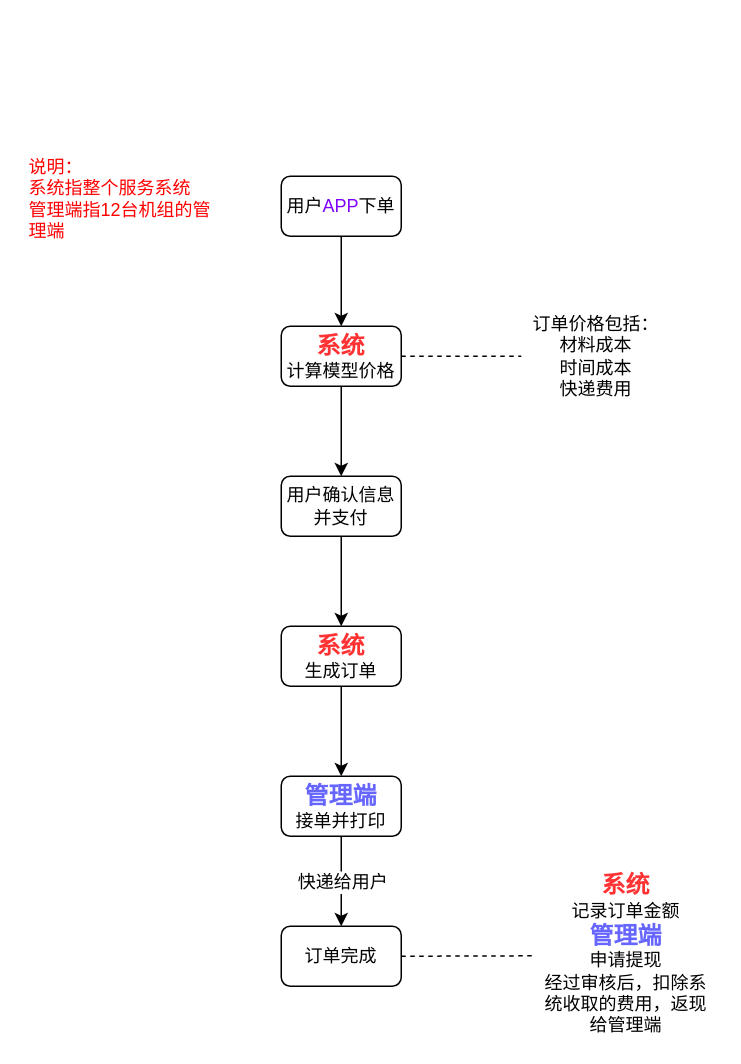
1667/baiduapi keeps this draw.io diagram as page "Page-1" (1 of 2) of Untitled Diagram.drawio. Above is the earlier version. Source tidied: cells renumbered, new cells numbered last; positions are measured from the earlier drawing's top-left corner, leaving out a move shared by most shapes. Both pictures are drawn from the tidied source at 150%, with x=0, y=0 at pixel (26, 146).
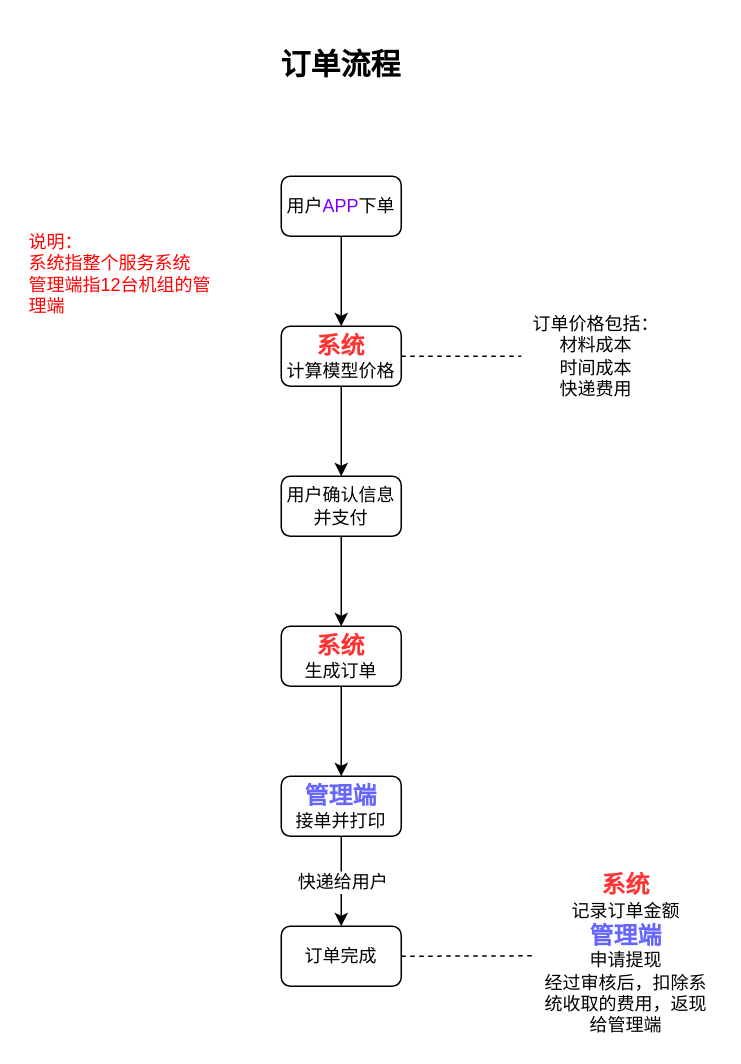
After the change.

Diff of the diagram source:
```diff
@@
     <mxCell id="18" value="&lt;font color=&quot;#ff0000&quot;&gt;说明：&lt;br&gt;系统指整个服务系统&lt;br&gt;管理端指12台机组的管理端&lt;/font&gt;" style="text;html=1;strokeColor=none;fillColor=none;align=left;verticalAlign=middle;whiteSpace=wrap;rounded=0;" parent="1" vertex="1">
-      <mxGeometry width="130" height="70" as="geometry" />
+      <mxGeometry y="50" width="130" height="70" as="geometry" />
     </mxCell>
+    <mxCell id="19" value="&lt;p&gt;&lt;font color=&quot;#000000&quot; size=&quot;1&quot;&gt;&lt;b style=&quot;font-size: 20px&quot;&gt;订单流程&lt;/b&gt;&lt;/font&gt;&lt;/p&gt;" style="text;html=1;strokeColor=none;fillColor=none;align=center;verticalAlign=middle;whiteSpace=wrap;rounded=0;fontColor=#FF0000;strokeWidth=1;" parent="1" vertex="1">
+      <mxGeometry x="110" y="-80" width="200" height="50" as="geometry" />
+    </mxCell>
```
